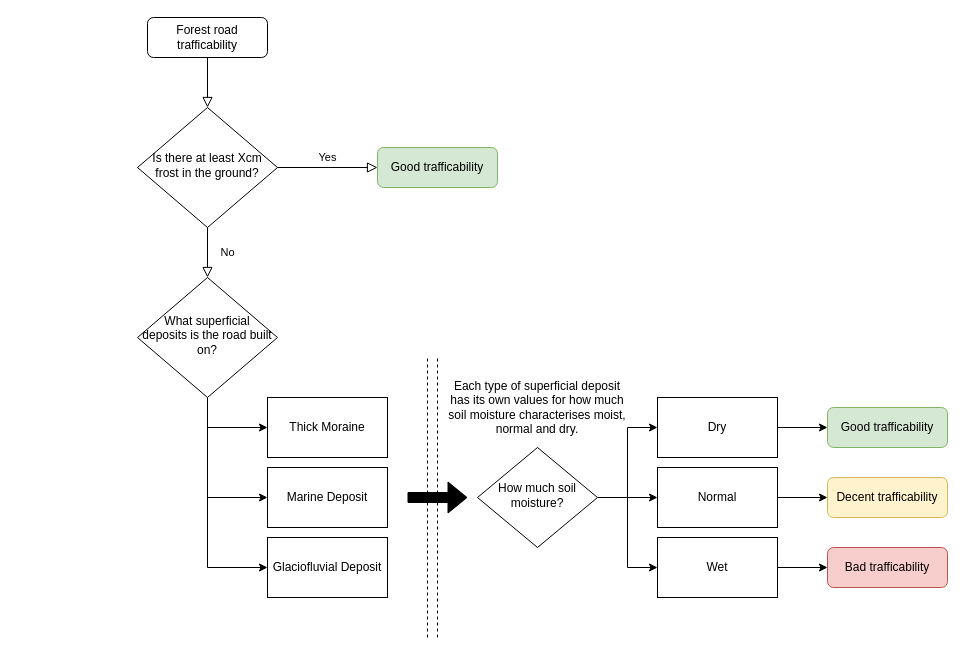
Above: roadclassification.drawio in skogkursbachelor/diagrams (draw.io), before the change. Source tidied: cells renumbered, new cells numbered last; positions are measured from the earlier drawing's top-left corner, leaving out a move shared by most shapes. Both pictures are drawn from the tidied source at 100%, with x=0, y=0 at pixel (137, 17).
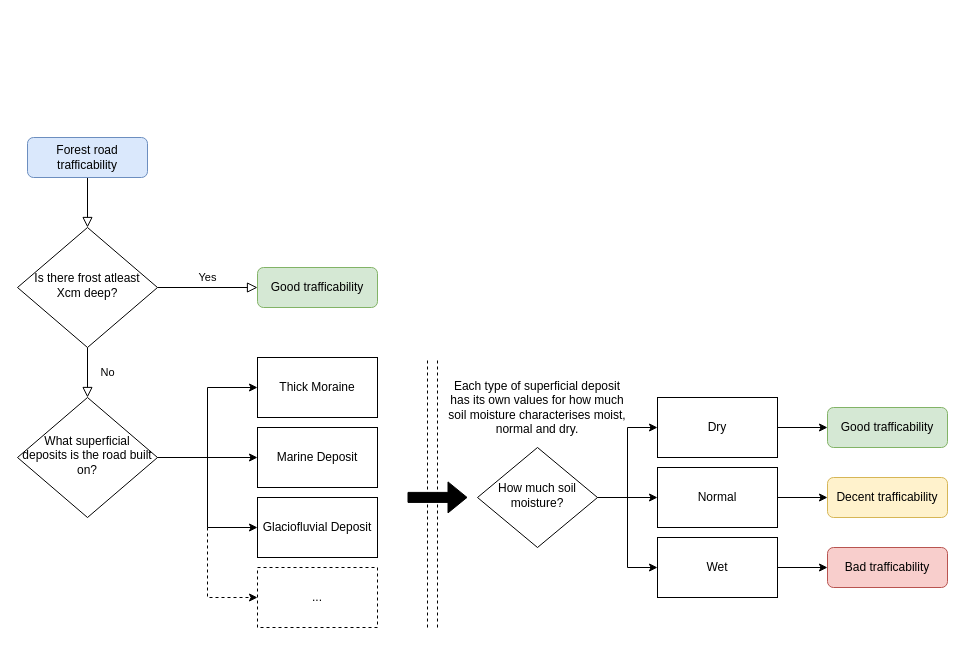
Above is the later version.

The edit, as a diff of the source:
```diff
@@
-    <mxCell id="3" value="Forest road trafficability" style="rounded=1;whiteSpace=wrap;html=1;fontSize=12;glass=0;strokeWidth=1;shadow=0;" parent="1" vertex="1">
-      <mxGeometry x="10" width="120" height="40" as="geometry" />
+    <mxCell id="3" value="Forest road trafficability" style="rounded=1;whiteSpace=wrap;html=1;fontSize=12;glass=0;strokeWidth=1;shadow=0;fillColor=#dae8fc;strokeColor=#6c8ebf;" parent="1" vertex="1">
+      <mxGeometry x="-110" y="120" width="120" height="40" as="geometry" />
     </mxCell>
@@
-    <mxCell id="6" value="&lt;font&gt;Is there at least Xcm frost in the ground?&lt;/font&gt;" style="rhombus;whiteSpace=wrap;shadow=0;fontFamily=Helvetica;fontSize=12;align=center;strokeWidth=1;spacing=6;spacingTop=-4;html=1;" parent="1" vertex="1">
-      <mxGeometry y="90" width="140" height="120" as="geometry" />
+    <mxCell id="6" value="&lt;font&gt;Is there frost atleast Xcm deep?&lt;/font&gt;" style="rhombus;whiteSpace=wrap;shadow=0;fontFamily=Helvetica;fontSize=12;align=center;strokeWidth=1;spacing=6;spacingTop=-4;html=1;" parent="1" vertex="1">
+      <mxGeometry x="-120" y="210" width="140" height="120" as="geometry" />
     </mxCell>
     <mxCell id="7" value="Good trafficability" style="rounded=1;whiteSpace=wrap;html=1;fontSize=12;glass=0;strokeWidth=1;shadow=0;fillColor=#d5e8d4;strokeColor=#82b366;" parent="1" vertex="1">
-      <mxGeometry x="240" y="130" width="120" height="40" as="geometry" />
+      <mxGeometry x="120" y="250" width="120" height="40" as="geometry" />
     </mxCell>
-    <mxCell id="8" style="edgeStyle=orthogonalEdgeStyle;rounded=0;jettySize=auto;html=1;exitX=0.5;exitY=1;exitDx=0;exitDy=0;entryX=0;entryY=0.5;entryDx=0;entryDy=0;" parent="1" edge="1" source="11" target="14">
+    <mxCell id="8" style="edgeStyle=orthogonalEdgeStyle;rounded=0;jettySize=auto;html=1;exitX=1;exitY=0.5;exitDx=0;exitDy=0;entryX=0;entryY=0.5;entryDx=0;entryDy=0;" parent="1" edge="1" source="11" target="14">
       <mxGeometry relative="1" as="geometry" />
     </mxCell>
-    <mxCell id="9" style="edgeStyle=orthogonalEdgeStyle;rounded=0;jettySize=auto;html=1;entryX=0;entryY=0.5;entryDx=0;entryDy=0;exitX=0.5;exitY=1;exitDx=0;exitDy=0;" parent="1" edge="1" source="11" target="13">
+    <mxCell id="9" style="edgeStyle=orthogonalEdgeStyle;rounded=0;jettySize=auto;html=1;entryX=0;entryY=0.5;entryDx=0;entryDy=0;exitX=1;exitY=0.5;exitDx=0;exitDy=0;" parent="1" edge="1" source="11" target="13">
       <mxGeometry relative="1" as="geometry" />
     </mxCell>
-    <mxCell id="10" style="edgeStyle=orthogonalEdgeStyle;rounded=0;jettySize=auto;html=1;entryX=0;entryY=0.5;entryDx=0;entryDy=0;exitX=0.5;exitY=1;exitDx=0;exitDy=0;" parent="1" edge="1" source="11" target="12">
+    <mxCell id="10" style="edgeStyle=orthogonalEdgeStyle;rounded=0;jettySize=auto;html=1;entryX=0;entryY=0.5;entryDx=0;entryDy=0;exitX=1;exitY=0.5;exitDx=0;exitDy=0;" parent="1" edge="1" source="11" target="12">
       <mxGeometry relative="1" as="geometry" />
     </mxCell>
+    <mxCell id="32" style="edgeStyle=orthogonalEdgeStyle;rounded=0;jettySize=auto;html=1;entryX=0;entryY=0.5;entryDx=0;entryDy=0;dashed=1;" parent="1" edge="1" source="11" target="33">
+      <mxGeometry relative="1" as="geometry" />
+    </mxCell>
     <mxCell id="11" value="&lt;font&gt;What superficial deposits is the road built on?&lt;/font&gt;" style="rhombus;shadow=0;fontFamily=Helvetica;fontSize=12;align=center;strokeWidth=1;spacing=6;spacingTop=-4;rounded=0;arcSize=0;whiteSpace=wrap;html=1;" parent="1" vertex="1">
-      <mxGeometry y="260" width="140" height="120" as="geometry" />
+      <mxGeometry x="-120" y="380" width="140" height="120" as="geometry" />
     </mxCell>
     <mxCell id="12" value="Thick Moraine" style="rounded=0;whiteSpace=wrap;html=1;" parent="1" vertex="1">
-      <mxGeometry x="130" y="380" width="120" height="60" as="geometry" />
+      <mxGeometry x="120" y="340" width="120" height="60" as="geometry" />
     </mxCell>
     <mxCell id="13" value="Marine Deposit" style="rounded=0;whiteSpace=wrap;html=1;" parent="1" vertex="1">
-      <mxGeometry x="130" y="450" width="120" height="60" as="geometry" />
+      <mxGeometry x="120" y="410" width="120" height="60" as="geometry" />
     </mxCell>
     <mxCell id="14" value="Glaciofluvial Deposit" style="rounded=0;whiteSpace=wrap;html=1;" parent="1" vertex="1">
-      <mxGeometry x="130" y="520" width="120" height="60" as="geometry" />
+      <mxGeometry x="120" y="480" width="120" height="60" as="geometry" />
     </mxCell>
     <mxCell id="15" style="endArrow=none;dashed=1;html=1;rounded=0;" parent="1" edge="1">
       <mxGeometry relative="1" as="geometry">
-        <mxPoint x="290" y="620" as="sourcePoint" />
+        <mxPoint x="290" y="610" as="sourcePoint" />
         <mxPoint x="290" y="340" as="targetPoint" />
       </mxGeometry>
     </mxCell>
     <mxCell id="16" style="shape=flexArrow;endArrow=classic;html=1;rounded=0;fillColor=#000000;" parent="1" edge="1">
       <mxGeometry relative="1" as="geometry">
-        <mxPoint x="270" y="480" as="sourcePoint" />
-        <mxPoint x="330" y="480" as="targetPoint" />
+        <mxPoint x="270" y="479.9" as="sourcePoint" />
+        <mxPoint x="330" y="479.9" as="targetPoint" />
       </mxGeometry>
     </mxCell>
@@
     <mxCell id="30" style="endArrow=none;dashed=1;html=1;rounded=0;" parent="1" edge="1">
       <mxGeometry relative="1" as="geometry">
-        <mxPoint x="300" y="620" as="sourcePoint" />
+        <mxPoint x="300" y="610" as="sourcePoint" />
         <mxPoint x="300" y="340" as="targetPoint" />
       </mxGeometry>
     </mxCell>
@@
+    <mxCell id="33" value="..." style="rounded=0;whiteSpace=wrap;html=1;dashed=1;" parent="1" vertex="1">
+      <mxGeometry x="120" y="550" width="120" height="60" as="geometry" />
+    </mxCell>
```
